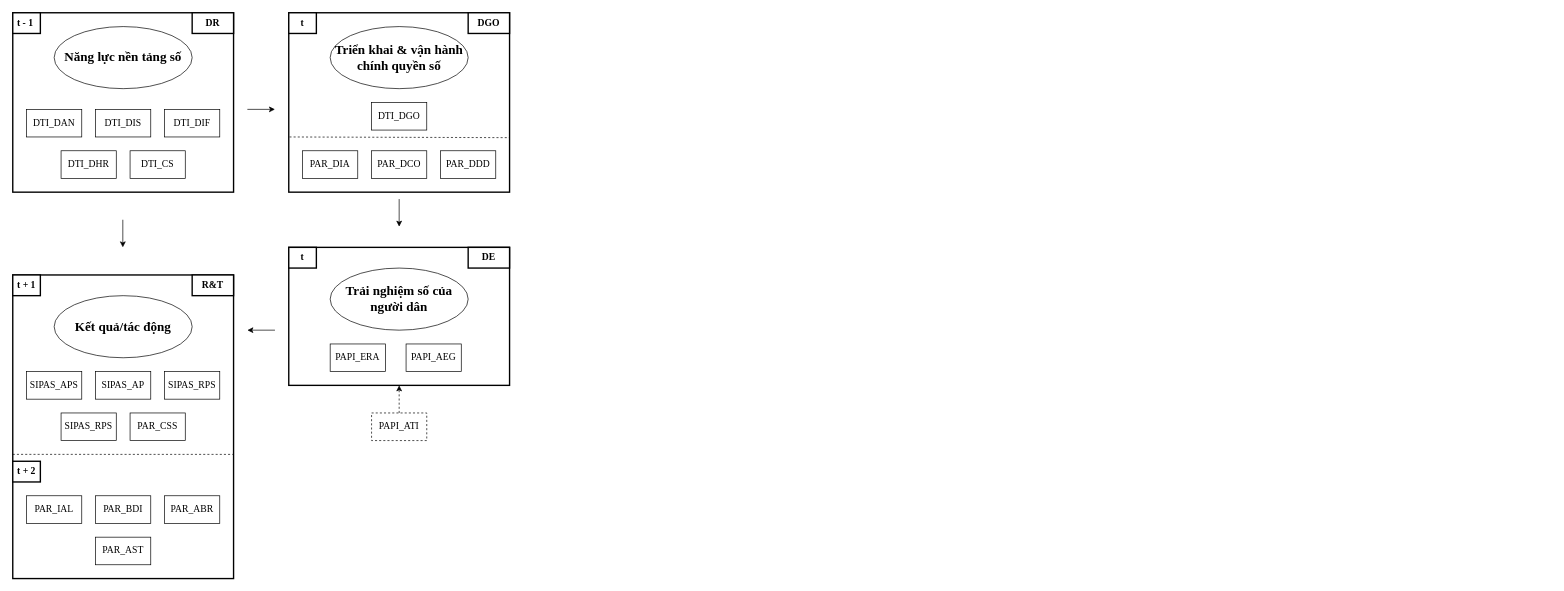
Earlier version of the draw.io diagram Untitled Diagram.drawio (hnks-gh/draw.io). Source tidied: cells renumbered, new cells numbered last; positions are measured from the earlier drawing's top-left corner, leaving out a move shared by most shapes. Both pictures are drawn from the tidied source at 69%, with x=0, y=0 at pixel (12, 12).
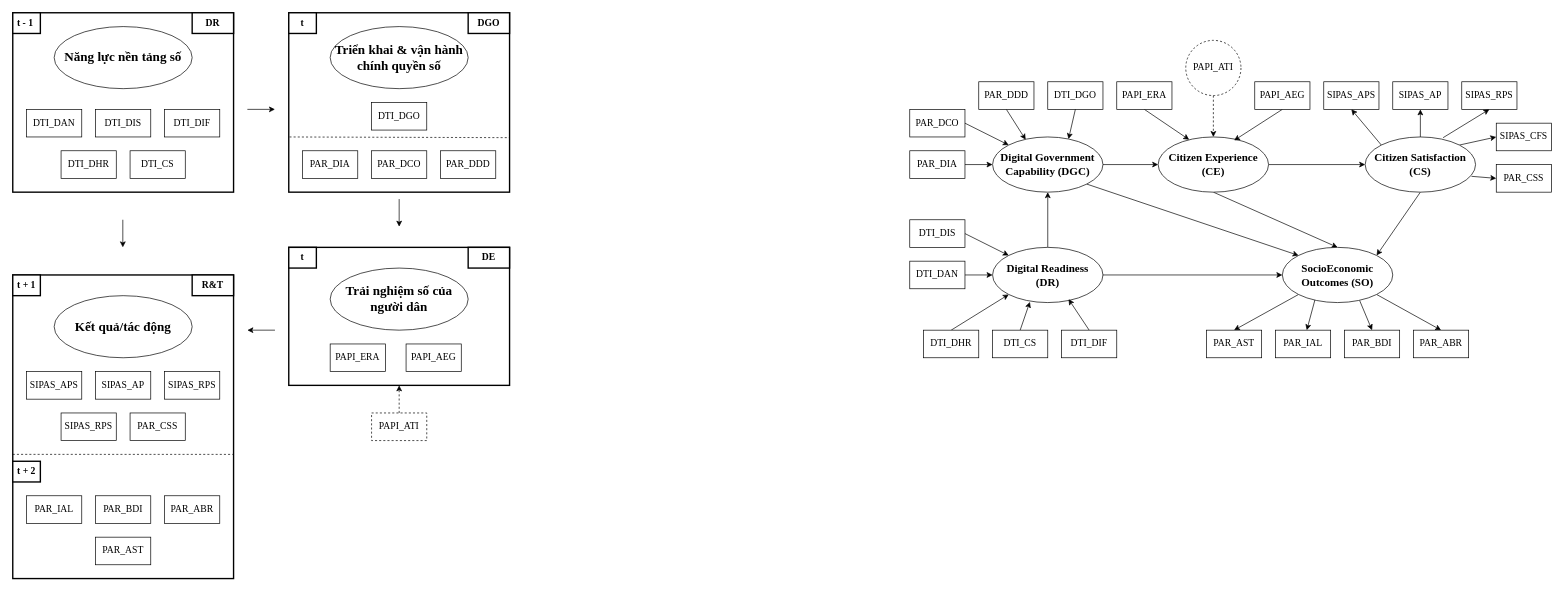
The same diagram, later.

What changed in the source:
```diff
@@
+    <mxCell id="47" style="rounded=0;jettySize=auto;html=1;exitX=1;exitY=0.5;exitDx=0;exitDy=0;entryX=0;entryY=0.5;entryDx=0;entryDy=0;" parent="1" edge="1" source="49" target="87">
+      <mxGeometry relative="1" as="geometry" />
+    </mxCell>
+    <mxCell id="48" style="rounded=0;jettySize=auto;html=1;exitX=0.5;exitY=0;exitDx=0;exitDy=0;entryX=0.5;entryY=1;entryDx=0;entryDy=0;" parent="1" edge="1" source="49" target="68">
+      <mxGeometry relative="1" as="geometry" />
+    </mxCell>
+    <mxCell id="49" value="Digital Readiness&lt;div&gt;(DR)&lt;/div&gt;" style="ellipse;whiteSpace=wrap;html=1;fontFamily=Times New Roman;fontSize=16;fontStyle=1;" parent="1" vertex="1">
+      <mxGeometry x="1420" y="340" width="160" height="80" as="geometry" />
+    </mxCell>
+    <mxCell id="50" style="rounded=0;jettySize=auto;html=1;exitX=1;exitY=0.5;exitDx=0;exitDy=0;entryX=0;entryY=0.5;entryDx=0;entryDy=0;" parent="1" edge="1" source="51" target="49">
+      <mxGeometry relative="1" as="geometry" />
+    </mxCell>
+    <mxCell id="51" value="DTI_DAN" style="rounded=0;whiteSpace=wrap;html=1;fontFamily=Times New Roman;fontSize=14;" parent="1" vertex="1">
+      <mxGeometry x="1300" y="360" width="80" height="40" as="geometry" />
+    </mxCell>
+    <mxCell id="52" style="rounded=0;jettySize=auto;html=1;exitX=1;exitY=0.5;exitDx=0;exitDy=0;entryX=0;entryY=0;entryDx=0;entryDy=0;" parent="1" edge="1" source="53" target="49">
+      <mxGeometry relative="1" as="geometry" />
+    </mxCell>
+    <mxCell id="53" value="DTI_DIS" style="rounded=0;whiteSpace=wrap;html=1;fontFamily=Times New Roman;fontSize=14;" parent="1" vertex="1">
+      <mxGeometry x="1300" y="300" width="80" height="40" as="geometry" />
+    </mxCell>
+    <mxCell id="54" style="rounded=0;jettySize=auto;html=1;exitX=0.5;exitY=0;exitDx=0;exitDy=0;entryX=0.688;entryY=0.938;entryDx=0;entryDy=0;entryPerimeter=0;" parent="1" edge="1" source="55" target="49">
+      <mxGeometry relative="1" as="geometry" />
+    </mxCell>
+    <mxCell id="55" value="DTI_DIF" style="rounded=0;whiteSpace=wrap;html=1;fontFamily=Times New Roman;fontSize=14;" parent="1" vertex="1">
+      <mxGeometry x="1520" y="460" width="80" height="40" as="geometry" />
+    </mxCell>
+    <mxCell id="56" style="rounded=0;jettySize=auto;html=1;exitX=0.5;exitY=0;exitDx=0;exitDy=0;entryX=0;entryY=1;entryDx=0;entryDy=0;" parent="1" edge="1" source="57" target="49">
+      <mxGeometry relative="1" as="geometry" />
+    </mxCell>
+    <mxCell id="57" value="DTI_DHR" style="rounded=0;whiteSpace=wrap;html=1;fontFamily=Times New Roman;fontSize=14;" parent="1" vertex="1">
+      <mxGeometry x="1320" y="460" width="80" height="40" as="geometry" />
+    </mxCell>
+    <mxCell id="58" style="rounded=0;jettySize=auto;html=1;exitX=0.5;exitY=0;exitDx=0;exitDy=0;entryX=0.338;entryY=0.988;entryDx=0;entryDy=0;entryPerimeter=0;" parent="1" edge="1" source="59" target="49">
+      <mxGeometry relative="1" as="geometry" />
+    </mxCell>
+    <mxCell id="59" value="DTI_CS" style="rounded=0;whiteSpace=wrap;html=1;fontFamily=Times New Roman;fontSize=14;" parent="1" vertex="1">
+      <mxGeometry x="1420" y="460" width="80" height="40" as="geometry" />
+    </mxCell>
+    <mxCell id="60" value="DTI_DGO" style="rounded=0;whiteSpace=wrap;html=1;fontFamily=Times New Roman;fontSize=14;" parent="1" vertex="1">
+      <mxGeometry x="1500" y="100" width="80" height="40" as="geometry" />
+    </mxCell>
+    <mxCell id="61" style="rounded=0;jettySize=auto;html=1;exitX=1;exitY=0.5;exitDx=0;exitDy=0;entryX=0;entryY=0.5;entryDx=0;entryDy=0;" parent="1" edge="1" source="62" target="68">
+      <mxGeometry relative="1" as="geometry" />
+    </mxCell>
+    <mxCell id="62" value="PAR_DIA" style="rounded=0;whiteSpace=wrap;html=1;fontFamily=Times New Roman;fontSize=14;" parent="1" vertex="1">
+      <mxGeometry x="1300" y="200" width="80" height="40" as="geometry" />
+    </mxCell>
+    <mxCell id="63" style="rounded=0;jettySize=auto;html=1;exitX=1;exitY=0.5;exitDx=0;exitDy=0;entryX=0;entryY=0;entryDx=0;entryDy=0;" parent="1" edge="1" source="64" target="68">
+      <mxGeometry relative="1" as="geometry" />
+    </mxCell>
+    <mxCell id="64" value="PAR_DCO" style="rounded=0;whiteSpace=wrap;html=1;fontFamily=Times New Roman;fontSize=14;" parent="1" vertex="1">
+      <mxGeometry x="1300" y="140" width="80" height="40" as="geometry" />
+    </mxCell>
+    <mxCell id="65" style="rounded=0;jettySize=auto;html=1;exitX=0.5;exitY=1;exitDx=0;exitDy=0;entryX=0.3;entryY=0.05;entryDx=0;entryDy=0;entryPerimeter=0;" parent="1" edge="1" source="66" target="68">
+      <mxGeometry relative="1" as="geometry" />
+    </mxCell>
+    <mxCell id="66" value="PAR_DDD" style="rounded=0;whiteSpace=wrap;html=1;fontFamily=Times New Roman;fontSize=14;" parent="1" vertex="1">
+      <mxGeometry x="1400" y="100" width="80" height="40" as="geometry" />
+    </mxCell>
+    <mxCell id="67" style="rounded=0;jettySize=auto;html=1;exitX=1;exitY=0.5;exitDx=0;exitDy=0;entryX=0;entryY=0.5;entryDx=0;entryDy=0;" parent="1" edge="1" source="68" target="71">
+      <mxGeometry relative="1" as="geometry" />
+    </mxCell>
+    <mxCell id="68" value="Digital Government Capability (DGC)" style="ellipse;whiteSpace=wrap;html=1;fontFamily=Times New Roman;fontSize=16;fontStyle=1;" parent="1" vertex="1">
+      <mxGeometry x="1420" y="180" width="160" height="80" as="geometry" />
+    </mxCell>
+    <mxCell id="69" style="rounded=0;jettySize=auto;html=1;exitX=0.5;exitY=1;exitDx=0;exitDy=0;entryX=0.5;entryY=0;entryDx=0;entryDy=0;" parent="1" edge="1" source="71" target="87">
+      <mxGeometry relative="1" as="geometry" />
+    </mxCell>
+    <mxCell id="70" style="rounded=0;jettySize=auto;html=1;exitX=1;exitY=0.5;exitDx=0;exitDy=0;entryX=0;entryY=0.5;entryDx=0;entryDy=0;" parent="1" edge="1" source="71" target="99">
+      <mxGeometry relative="1" as="geometry" />
+    </mxCell>
+    <mxCell id="71" value="Citizen Experience&lt;div&gt;(CE)&lt;/div&gt;" style="ellipse;whiteSpace=wrap;html=1;fontFamily=Times New Roman;fontSize=16;fontStyle=1;" parent="1" vertex="1">
+      <mxGeometry x="1660" y="180" width="160" height="80" as="geometry" />
+    </mxCell>
+    <mxCell id="72" style="rounded=0;jettySize=auto;html=1;exitX=0.5;exitY=1;exitDx=0;exitDy=0;entryX=0.281;entryY=0.05;entryDx=0;entryDy=0;entryPerimeter=0;" parent="1" edge="1" source="73" target="71">
+      <mxGeometry relative="1" as="geometry" />
+    </mxCell>
+    <mxCell id="73" value="PAPI_ERA" style="rounded=0;whiteSpace=wrap;html=1;fontFamily=Times New Roman;fontSize=14;" parent="1" vertex="1">
+      <mxGeometry x="1600" y="100" width="80" height="40" as="geometry" />
+    </mxCell>
+    <mxCell id="74" style="rounded=0;jettySize=auto;html=1;exitX=0.5;exitY=1;exitDx=0;exitDy=0;entryX=0.688;entryY=0.063;entryDx=0;entryDy=0;entryPerimeter=0;" parent="1" edge="1" source="75" target="71">
+      <mxGeometry relative="1" as="geometry" />
+    </mxCell>
+    <mxCell id="75" value="PAPI_AEG" style="rounded=0;whiteSpace=wrap;html=1;fontFamily=Times New Roman;fontSize=14;" parent="1" vertex="1">
+      <mxGeometry x="1800" y="100" width="80" height="40" as="geometry" />
+    </mxCell>
+    <mxCell id="76" style="rounded=0;jettySize=auto;html=1;exitX=0.5;exitY=1;exitDx=0;exitDy=0;entryX=0.5;entryY=0;entryDx=0;entryDy=0;dashed=1;" parent="1" edge="1" source="77" target="71">
+      <mxGeometry relative="1" as="geometry" />
+    </mxCell>
+    <mxCell id="77" value="&lt;font face=&quot;Times New Roman&quot; style=&quot;font-size: 14px;&quot;&gt;PAPI_ATI&lt;/font&gt;" style="ellipse;whiteSpace=wrap;html=1;dashed=1;" parent="1" vertex="1">
+      <mxGeometry x="1700" y="40" width="80" height="80" as="geometry" />
+    </mxCell>
+    <mxCell id="78" value="SIPAS_APS" style="rounded=0;whiteSpace=wrap;html=1;fontFamily=Times New Roman;fontSize=14;" parent="1" vertex="1">
+      <mxGeometry x="1900" y="100" width="80" height="40" as="geometry" />
+    </mxCell>
+    <mxCell id="79" value="SIPAS_AP" style="rounded=0;whiteSpace=wrap;html=1;fontFamily=Times New Roman;fontSize=14;" parent="1" vertex="1">
+      <mxGeometry x="2000" y="100" width="80" height="40" as="geometry" />
+    </mxCell>
+    <mxCell id="80" value="SIPAS_RPS" style="rounded=0;whiteSpace=wrap;html=1;fontFamily=Times New Roman;fontSize=14;" parent="1" vertex="1">
+      <mxGeometry x="2100" y="100" width="80" height="40" as="geometry" />
+    </mxCell>
+    <mxCell id="81" value="SIPAS_CFS" style="rounded=0;whiteSpace=wrap;html=1;fontFamily=Times New Roman;fontSize=14;" parent="1" vertex="1">
+      <mxGeometry x="2150" y="160" width="80" height="40" as="geometry" />
+    </mxCell>
+    <mxCell id="82" value="PAR_CSS" style="rounded=0;whiteSpace=wrap;html=1;fontFamily=Times New Roman;fontSize=14;" parent="1" vertex="1">
+      <mxGeometry x="2150" y="220" width="80" height="40" as="geometry" />
+    </mxCell>
+    <mxCell id="83" style="rounded=0;jettySize=auto;html=1;exitX=0;exitY=1;exitDx=0;exitDy=0;entryX=0.5;entryY=0;entryDx=0;entryDy=0;" parent="1" edge="1" source="87" target="91">
+      <mxGeometry relative="1" as="geometry" />
+    </mxCell>
+    <mxCell id="84" style="rounded=0;jettySize=auto;html=1;exitX=0.3;exitY=0.913;exitDx=0;exitDy=0;exitPerimeter=0;" parent="1" edge="1" source="87" target="88">
+      <mxGeometry relative="1" as="geometry" />
+    </mxCell>
+    <mxCell id="85" style="rounded=0;jettySize=auto;html=1;exitX=1;exitY=1;exitDx=0;exitDy=0;entryX=0.5;entryY=0;entryDx=0;entryDy=0;" parent="1" edge="1" source="87" target="90">
+      <mxGeometry relative="1" as="geometry" />
+    </mxCell>
+    <mxCell id="86" style="rounded=0;jettySize=auto;html=1;exitX=0.7;exitY=0.963;exitDx=0;exitDy=0;entryX=0.5;entryY=0;entryDx=0;entryDy=0;exitPerimeter=0;" parent="1" edge="1" source="87" target="89">
+      <mxGeometry relative="1" as="geometry" />
+    </mxCell>
+    <mxCell id="87" value="SocioEconomic Outcomes (SO)" style="ellipse;whiteSpace=wrap;html=1;fontFamily=Times New Roman;fontSize=16;fontStyle=1;" parent="1" vertex="1">
+      <mxGeometry x="1840" y="340" width="160" height="80" as="geometry" />
+    </mxCell>
+    <mxCell id="88" value="PAR_IAL" style="rounded=0;whiteSpace=wrap;html=1;fontFamily=Times New Roman;fontSize=14;" parent="1" vertex="1">
+      <mxGeometry x="1830" y="460" width="80" height="40" as="geometry" />
+    </mxCell>
+    <mxCell id="89" value="PAR_BDI" style="rounded=0;whiteSpace=wrap;html=1;fontFamily=Times New Roman;fontSize=14;" parent="1" vertex="1">
+      <mxGeometry x="1930" y="460" width="80" height="40" as="geometry" />
+    </mxCell>
+    <mxCell id="90" value="PAR_ABR" style="rounded=0;whiteSpace=wrap;html=1;fontFamily=Times New Roman;fontSize=14;" parent="1" vertex="1">
+      <mxGeometry x="2030" y="460" width="80" height="40" as="geometry" />
+    </mxCell>
+    <mxCell id="91" value="PAR_AST" style="rounded=0;whiteSpace=wrap;html=1;fontFamily=Times New Roman;fontSize=14;" parent="1" vertex="1">
+      <mxGeometry x="1730" y="460" width="80" height="40" as="geometry" />
+    </mxCell>
+    <mxCell id="92" style="rounded=0;jettySize=auto;html=1;exitX=0.5;exitY=1;exitDx=0;exitDy=0;entryX=0.688;entryY=0.038;entryDx=0;entryDy=0;entryPerimeter=0;" parent="1" edge="1" source="60" target="68">
+      <mxGeometry relative="1" as="geometry" />
+    </mxCell>
+    <mxCell id="93" style="rounded=0;jettySize=auto;html=1;exitX=0;exitY=0;exitDx=0;exitDy=0;entryX=0.5;entryY=1;entryDx=0;entryDy=0;" parent="1" edge="1" source="99" target="78">
+      <mxGeometry relative="1" as="geometry" />
+    </mxCell>
+    <mxCell id="94" style="rounded=0;jettySize=auto;html=1;exitX=0.963;exitY=0.713;exitDx=0;exitDy=0;entryX=0;entryY=0.5;entryDx=0;entryDy=0;exitPerimeter=0;" parent="1" edge="1" source="99" target="82">
+      <mxGeometry relative="1" as="geometry" />
+    </mxCell>
+    <mxCell id="95" style="rounded=0;jettySize=auto;html=1;exitX=1;exitY=0;exitDx=0;exitDy=0;entryX=0;entryY=0.5;entryDx=0;entryDy=0;" parent="1" edge="1" source="99" target="81">
+      <mxGeometry relative="1" as="geometry" />
+    </mxCell>
+    <mxCell id="96" style="rounded=0;jettySize=auto;html=1;exitX=0.5;exitY=0;exitDx=0;exitDy=0;entryX=0.5;entryY=1;entryDx=0;entryDy=0;" parent="1" edge="1" source="99" target="79">
+      <mxGeometry relative="1" as="geometry" />
+    </mxCell>
+    <mxCell id="97" style="rounded=0;jettySize=auto;html=1;exitX=0.706;exitY=0.013;exitDx=0;exitDy=0;entryX=0.5;entryY=1;entryDx=0;entryDy=0;exitPerimeter=0;" parent="1" edge="1" source="99" target="80">
+      <mxGeometry relative="1" as="geometry" />
+    </mxCell>
+    <mxCell id="98" style="rounded=0;jettySize=auto;html=1;exitX=0.5;exitY=1;exitDx=0;exitDy=0;entryX=1;entryY=0;entryDx=0;entryDy=0;" parent="1" edge="1" source="99" target="87">
+      <mxGeometry relative="1" as="geometry" />
+    </mxCell>
+    <mxCell id="99" value="Citizen Satisfaction&lt;div&gt;(CS)&lt;/div&gt;" style="ellipse;whiteSpace=wrap;html=1;fontFamily=Times New Roman;fontSize=16;fontStyle=1;" parent="1" vertex="1">
+      <mxGeometry x="1960" y="180" width="160" height="80" as="geometry" />
+    </mxCell>
+    <mxCell id="100" style="rounded=0;jettySize=auto;html=1;exitX=1;exitY=1;exitDx=0;exitDy=0;entryX=0;entryY=0;entryDx=0;entryDy=0;" parent="1" edge="1" source="68" target="87">
+      <mxGeometry relative="1" as="geometry" />
+    </mxCell>
```
